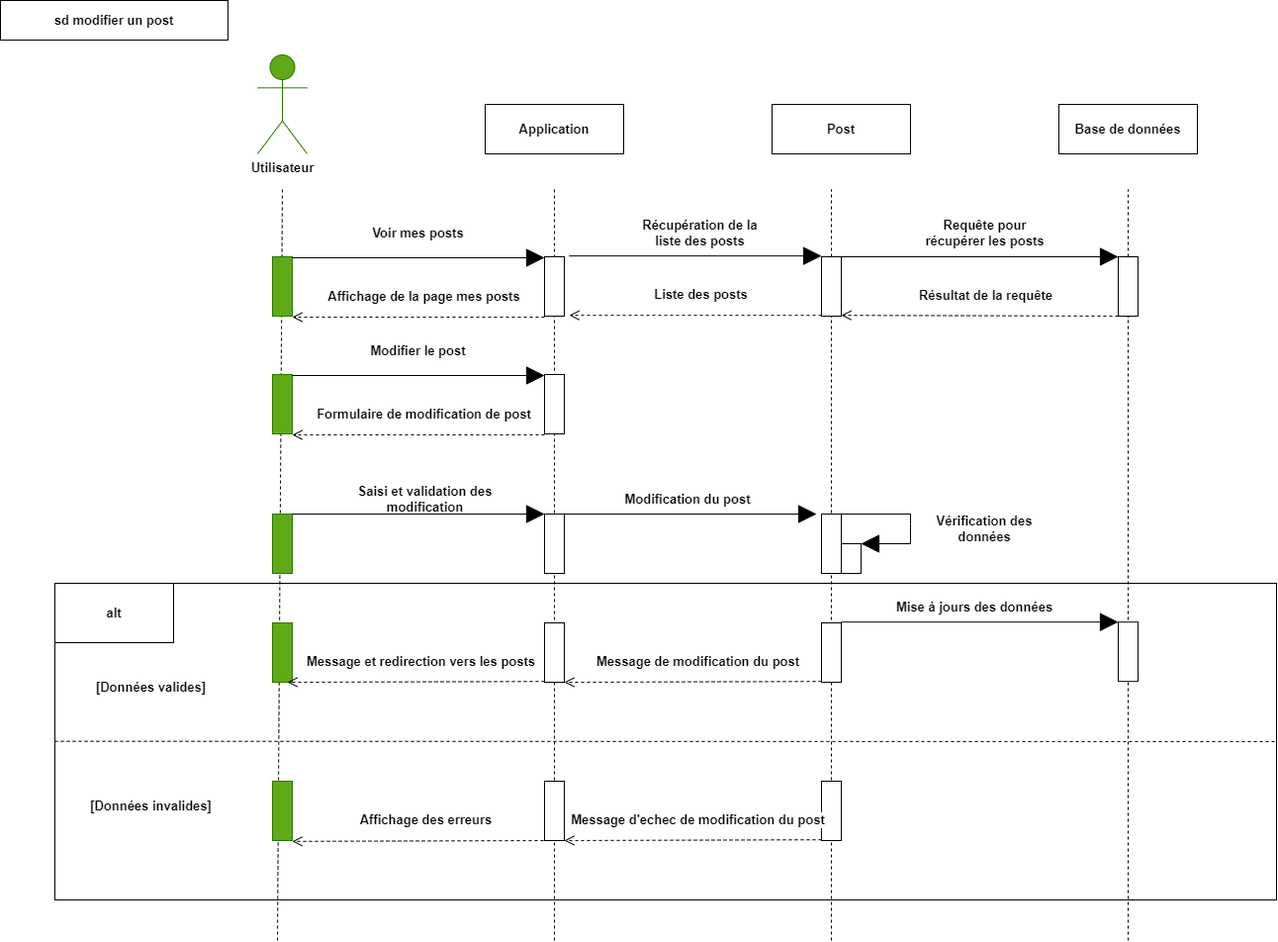
Above: Diagrammes UML/Diagramme de sequence modifier un post.png in maxADev/Blog (draw.io), before the change. Source tidied: cells renumbered, new cells last; positions are measured from the earlier drawing's top-left corner, leaving out a move shared by most shapes.
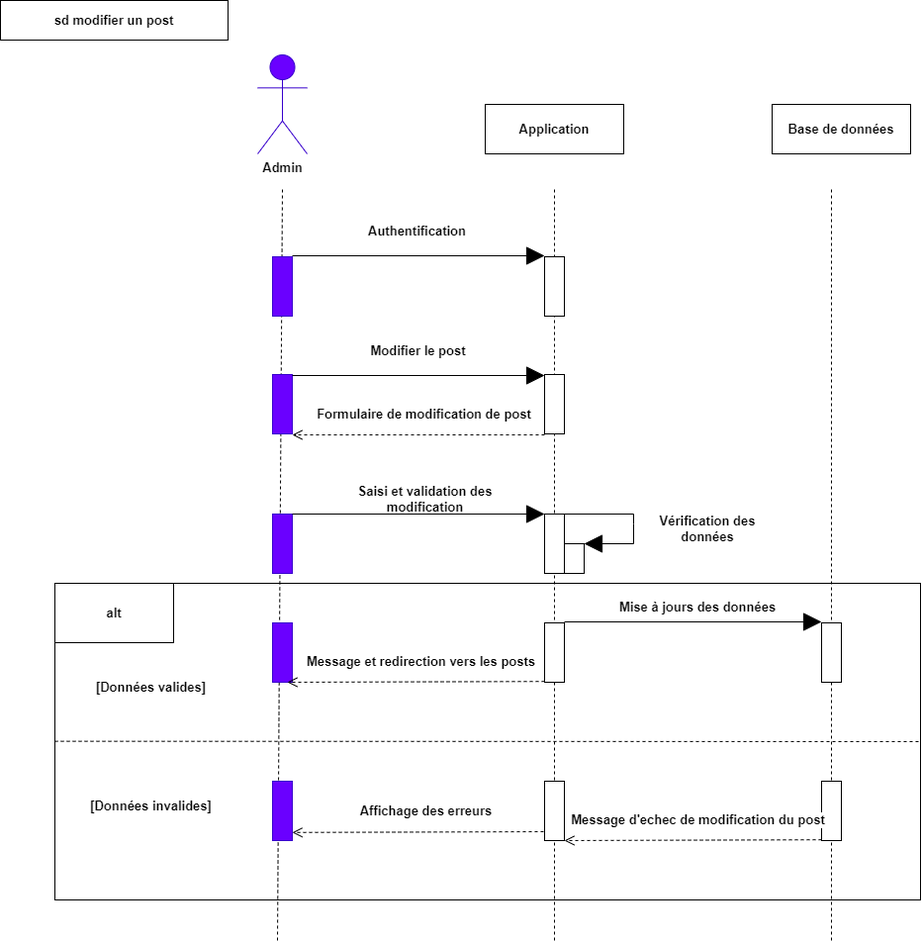
The same file after the commit.

The edit, as a diff of the source:
```diff
@@ -2,26 +2,12 @@
   <root>
     <mxCell id="0" />
     <mxCell id="1" parent="0" />
-    <mxCell id="2" style="endArrow=none;dashed=1;html=1;rounded=0;" parent="1" edge="1" target="55">
-      <mxGeometry relative="1" as="geometry">
-        <mxPoint x="1140" y="950" as="sourcePoint" />
-      </mxGeometry>
-    </mxCell>
-    <mxCell id="3" style="endArrow=none;dashed=1;html=1;rounded=0;" parent="1" edge="1" target="51">
+    <mxCell id="3" style="endArrow=none;dashed=1;html=1;rounded=0;" parent="1" edge="1">
       <mxGeometry relative="1" as="geometry">
         <mxPoint x="840" y="950" as="sourcePoint" />
+        <mxPoint x="840" y="190" as="targetPoint" />
       </mxGeometry>
     </mxCell>
-    <mxCell id="4" style="endArrow=none;dashed=1;html=1;rounded=0;fontSize=13;" parent="1" edge="1" source="55">
-      <mxGeometry relative="1" as="geometry">
-        <mxPoint x="1140" y="191" as="targetPoint" />
-      </mxGeometry>
-    </mxCell>
-    <mxCell id="5" style="endArrow=none;dashed=1;html=1;rounded=0;fontSize=13;" parent="1" edge="1" source="51">
-      <mxGeometry relative="1" as="geometry">
-        <mxPoint x="840" y="191" as="targetPoint" />
-      </mxGeometry>
-    </mxCell>
     <mxCell id="6" style="endArrow=none;dashed=1;html=1;rounded=0;" parent="1" edge="1">
       <mxGeometry relative="1" as="geometry">
         <mxPoint x="560" y="950" as="sourcePoint" />
@@ -37,21 +23,18 @@
     <mxCell id="8" value="sd modifier un post" style="rounded=0;whiteSpace=wrap;html=1;fontSize=13;fontStyle=1;" parent="1" vertex="1">
       <mxGeometry width="230" height="40" as="geometry" />
     </mxCell>
-    <mxCell id="9" value="&lt;font color=&quot;#000000&quot;&gt;Utilisateur&lt;/font&gt;" style="shape=umlActor;verticalLabelPosition=bottom;verticalAlign=top;html=1;fillColor=#60a917;fontColor=#ffffff;strokeColor=#2D7600;fontSize=13;fontStyle=1;" parent="1" vertex="1">
+    <mxCell id="9" value="&lt;font color=&quot;#000000&quot;&gt;Admin&lt;br&gt;&lt;br&gt;&lt;/font&gt;" style="shape=umlActor;verticalLabelPosition=bottom;verticalAlign=top;html=1;fillColor=#6a00ff;fontColor=#ffffff;strokeColor=#3700CC;fontSize=13;fontStyle=1;" parent="1" vertex="1">
       <mxGeometry x="260" y="55" width="50" height="100" as="geometry" />
     </mxCell>
-    <mxCell id="10" style="rounded=0;whiteSpace=wrap;html=1;fontSize=13;fontStyle=1;fillColor=#60a917;fontColor=#ffffff;strokeColor=#2D7600;" parent="1" vertex="1">
+    <mxCell id="10" style="rounded=0;whiteSpace=wrap;html=1;fontSize=13;fontStyle=1;fillColor=#6a00ff;fontColor=#ffffff;strokeColor=#3700CC;" parent="1" vertex="1">
       <mxGeometry x="275" y="378" width="20" height="60" as="geometry" />
     </mxCell>
     <mxCell id="11" value="Application" style="html=1;whiteSpace=wrap;fontSize=13;fontStyle=1;" parent="1" vertex="1">
       <mxGeometry x="490" y="105" width="140" height="50" as="geometry" />
     </mxCell>
-    <mxCell id="12" value="Post" style="html=1;whiteSpace=wrap;fontSize=13;fontStyle=1;" parent="1" vertex="1">
+    <mxCell id="12" value="Base de données" style="html=1;whiteSpace=wrap;fontSize=13;fontStyle=1;" parent="1" vertex="1">
       <mxGeometry x="780" y="105" width="140" height="50" as="geometry" />
     </mxCell>
-    <mxCell id="13" value="Base de données" style="html=1;whiteSpace=wrap;fontSize=13;fontStyle=1;" parent="1" vertex="1">
-      <mxGeometry x="1070" y="105" width="140" height="50" as="geometry" />
-    </mxCell>
     <mxCell id="14" style="endArrow=block;endSize=16;endFill=1;html=1;rounded=0;entryX=0;entryY=0;entryDx=0;entryDy=0;fontSize=13;fontStyle=1;" parent="1" edge="1">
       <mxGeometry x="0.12" y="70" relative="1" as="geometry">
         <mxPoint x="295" y="379" as="sourcePoint" />
@@ -70,7 +53,7 @@
         <mxPoint x="295" y="439" as="targetPoint" />
       </mxGeometry>
     </mxCell>
-    <mxCell id="18" style="rounded=0;whiteSpace=wrap;html=1;fontSize=13;fontStyle=1;fillColor=#60a917;fontColor=#ffffff;strokeColor=#2D7600;" parent="1" vertex="1">
+    <mxCell id="18" style="rounded=0;whiteSpace=wrap;html=1;fontSize=13;fontStyle=1;fillColor=#6a00ff;fontColor=#ffffff;strokeColor=#3700CC;" parent="1" vertex="1">
       <mxGeometry x="275" y="519" width="20" height="60" as="geometry" />
     </mxCell>
     <mxCell id="19" style="endArrow=block;endSize=16;endFill=1;html=1;rounded=0;entryX=0;entryY=0;entryDx=0;entryDy=0;fontSize=13;fontStyle=1;" parent="1" edge="1">
@@ -85,60 +68,41 @@
     <mxCell id="21" value="Saisi et validation des modification" style="text;html=1;strokeColor=none;fillColor=none;align=center;verticalAlign=middle;whiteSpace=wrap;rounded=0;fontSize=13;fontStyle=1;" parent="1" vertex="1">
       <mxGeometry x="347.5" y="489" width="162.5" height="30" as="geometry" />
     </mxCell>
-    <mxCell id="22" style="endArrow=block;endSize=16;endFill=1;html=1;rounded=0;entryX=0;entryY=0;entryDx=0;entryDy=0;fontSize=13;fontStyle=1;" parent="1" edge="1">
-      <mxGeometry x="0.12" y="70" relative="1" as="geometry">
-        <mxPoint x="570" y="519" as="sourcePoint" />
-        <mxPoint x="825" y="519" as="targetPoint" />
-      </mxGeometry>
-    </mxCell>
-    <mxCell id="23" style="rounded=0;whiteSpace=wrap;html=1;fontSize=13;fontStyle=1;" parent="1" vertex="1">
-      <mxGeometry x="830" y="519" width="20" height="60" as="geometry" />
-    </mxCell>
-    <mxCell id="24" value="Modification du post" style="text;html=1;strokeColor=none;fillColor=none;align=center;verticalAlign=middle;whiteSpace=wrap;rounded=0;fontSize=13;fontStyle=1;" parent="1" vertex="1">
-      <mxGeometry x="620" y="489" width="150" height="30" as="geometry" />
-    </mxCell>
     <mxCell id="25" style="rounded=0;whiteSpace=wrap;html=1;fontSize=13;fontStyle=1;" parent="1" vertex="1">
-      <mxGeometry x="850" y="549" width="20" height="30" as="geometry" />
+      <mxGeometry x="570" y="549" width="20" height="30" as="geometry" />
     </mxCell>
     <mxCell id="26" style="endArrow=block;endSize=16;endFill=1;html=1;rounded=0;fontSize=13;fontStyle=1;entryX=1;entryY=0;entryDx=0;entryDy=0;" parent="1" edge="1" target="25">
       <mxGeometry x="0.12" y="70" relative="1" as="geometry">
-        <mxPoint x="850" y="519" as="sourcePoint" />
+        <mxPoint x="570" y="519" as="sourcePoint" />
         <Array as="points">
-          <mxPoint x="920" y="519" />
-          <mxPoint x="920" y="529" />
-          <mxPoint x="920" y="549" />
+          <mxPoint x="640" y="519" />
+          <mxPoint x="640" y="529" />
+          <mxPoint x="640" y="549" />
         </Array>
       </mxGeometry>
     </mxCell>
     <mxCell id="27" value="Vérification des données" style="text;html=1;strokeColor=none;fillColor=none;align=center;verticalAlign=middle;whiteSpace=wrap;rounded=0;fontSize=13;fontStyle=1;" parent="1" vertex="1">
-      <mxGeometry x="920" y="519" width="150" height="30" as="geometry" />
+      <mxGeometry x="640" y="519" width="150" height="30" as="geometry" />
     </mxCell>
     <mxCell id="28" style="rounded=0;whiteSpace=wrap;html=1;fillColor=none;fontSize=13;fontStyle=1;" parent="1" vertex="1">
-      <mxGeometry x="55" y="589" width="1235" height="320" as="geometry" />
+      <mxGeometry x="55" y="589" width="875" height="320" as="geometry" />
     </mxCell>
     <mxCell id="29" style="rounded=0;whiteSpace=wrap;html=1;fontSize=13;fontStyle=1;" parent="1" vertex="1">
       <mxGeometry x="830" y="629" width="20" height="60" as="geometry" />
     </mxCell>
-    <mxCell id="30" style="rounded=0;whiteSpace=wrap;html=1;fontSize=13;fontStyle=1;" parent="1" vertex="1">
-      <mxGeometry x="1130" y="628.2" width="20" height="60" as="geometry" />
-    </mxCell>
-    <mxCell id="31" style="endArrow=block;endSize=16;endFill=1;html=1;rounded=0;entryX=0;entryY=0;entryDx=0;entryDy=0;fontSize=13;fontStyle=1;" parent="1" edge="1" target="30">
+    <mxCell id="31" style="endArrow=block;endSize=16;endFill=1;html=1;rounded=0;fontSize=13;fontStyle=1;" parent="1" edge="1">
       <mxGeometry x="0.12" y="70" relative="1" as="geometry">
-        <mxPoint x="850" y="628.2" as="sourcePoint" />
+        <mxPoint x="570" y="628" as="sourcePoint" />
+        <mxPoint x="830" y="628" as="targetPoint" />
       </mxGeometry>
     </mxCell>
     <mxCell id="32" value="Mise à jours des données" style="text;html=1;strokeColor=none;fillColor=none;align=center;verticalAlign=middle;whiteSpace=wrap;rounded=0;fontSize=13;fontStyle=1;" parent="1" vertex="1">
-      <mxGeometry x="900" y="598.2" width="170" height="30" as="geometry" />
+      <mxGeometry x="620" y="598" width="170" height="30" as="geometry" />
     </mxCell>
-    <mxCell id="33" value="Message de modification du post" style="html=1;verticalAlign=bottom;endArrow=open;dashed=1;endSize=8;curved=0;rounded=0;exitX=0;exitY=1;exitDx=0;exitDy=0;fontSize=13;fontStyle=1;entryX=1;entryY=1;entryDx=0;entryDy=0;" parent="1" edge="1" target="34">
-      <mxGeometry x="-0.04" y="-10" relative="1" as="geometry">
-        <mxPoint x="830" y="688.2" as="sourcePoint" />
-      </mxGeometry>
-    </mxCell>
     <mxCell id="34" style="rounded=0;whiteSpace=wrap;html=1;fontSize=13;fontStyle=1;" parent="1" vertex="1">
       <mxGeometry x="550" y="629" width="20" height="60" as="geometry" />
     </mxCell>
-    <mxCell id="35" style="rounded=0;whiteSpace=wrap;html=1;fontSize=13;fontStyle=1;fillColor=#60a917;fontColor=#ffffff;strokeColor=#2D7600;" parent="1" vertex="1">
+    <mxCell id="35" style="rounded=0;whiteSpace=wrap;html=1;fontSize=13;fontStyle=1;fillColor=#6a00ff;fontColor=#ffffff;strokeColor=#3700CC;" parent="1" vertex="1">
       <mxGeometry x="275" y="629" width="20" height="60" as="geometry" />
     </mxCell>
     <mxCell id="36" value="Message et redirection vers les posts" style="html=1;verticalAlign=bottom;endArrow=open;dashed=1;endSize=8;curved=0;rounded=0;exitX=0;exitY=1;exitDx=0;exitDy=0;fontSize=13;fontStyle=1;entryX=1;entryY=1;entryDx=0;entryDy=0;" parent="1" edge="1">
@@ -155,13 +119,13 @@
         <mxPoint x="55" y="748.7" as="sourcePoint" />
       </mxGeometry>
     </mxCell>
-    <mxCell id="39" style="rounded=0;whiteSpace=wrap;html=1;fontSize=13;fontStyle=1;fillColor=#60a917;fontColor=#ffffff;strokeColor=#2D7600;" parent="1" vertex="1">
+    <mxCell id="39" style="rounded=0;whiteSpace=wrap;html=1;fontSize=13;fontStyle=1;fillColor=#6a00ff;fontColor=#ffffff;strokeColor=#3700CC;" parent="1" vertex="1">
       <mxGeometry x="275" y="789" width="20" height="60" as="geometry" />
     </mxCell>
     <mxCell id="40" value="Affichage des erreurs" style="html=1;verticalAlign=bottom;endArrow=open;dashed=1;endSize=8;curved=0;rounded=0;exitX=0;exitY=1;exitDx=0;exitDy=0;fontSize=13;fontStyle=1;entryX=1;entryY=1;entryDx=0;entryDy=0;" parent="1" edge="1">
       <mxGeometry x="-0.04" y="-10" relative="1" as="geometry">
-        <mxPoint x="555" y="849" as="sourcePoint" />
-        <mxPoint x="295" y="849.8" as="targetPoint" />
+        <mxPoint x="555" y="840" as="sourcePoint" />
+        <mxPoint x="295" y="840.8" as="targetPoint" />
       </mxGeometry>
     </mxCell>
     <mxCell id="41" style="rounded=0;whiteSpace=wrap;html=1;fontSize=13;fontStyle=1;" parent="1" vertex="1">
@@ -176,66 +140,26 @@
     <mxCell id="44" value="[Données invalides]" style="text;html=1;strokeColor=none;fillColor=none;align=center;verticalAlign=middle;whiteSpace=wrap;rounded=0;fontSize=13;fontStyle=1;" parent="1" vertex="1">
       <mxGeometry x="90" y="799" width="125" height="30" as="geometry" />
     </mxCell>
-    <mxCell id="45" style="rounded=0;whiteSpace=wrap;html=1;fontSize=13;fontStyle=1;fillColor=#60a917;fontColor=#ffffff;strokeColor=#2D7600;" parent="1" vertex="1">
+    <mxCell id="45" style="rounded=0;whiteSpace=wrap;html=1;fontSize=13;fontStyle=1;fillColor=#6a00ff;fontColor=#ffffff;strokeColor=#3700CC;" parent="1" vertex="1">
       <mxGeometry x="275" y="259" width="20" height="60" as="geometry" />
     </mxCell>
-    <mxCell id="46" style="endArrow=block;endSize=16;endFill=1;html=1;rounded=0;entryX=0;entryY=0;entryDx=0;entryDy=0;fontSize=13;fontStyle=1;" parent="1" edge="1">
-      <mxGeometry x="0.12" y="70" relative="1" as="geometry">
-        <mxPoint x="295" y="260" as="sourcePoint" />
-        <mxPoint x="550" y="260" as="targetPoint" />
-      </mxGeometry>
-    </mxCell>
     <mxCell id="47" style="rounded=0;whiteSpace=wrap;html=1;fontSize=13;fontStyle=1;" parent="1" vertex="1">
       <mxGeometry x="550" y="259" width="20" height="60" as="geometry" />
     </mxCell>
-    <mxCell id="48" value="Voir mes posts" style="text;html=1;strokeColor=none;fillColor=none;align=center;verticalAlign=middle;whiteSpace=wrap;rounded=0;fontSize=13;fontStyle=1;" parent="1" vertex="1">
-      <mxGeometry x="360" y="220" width="125" height="30" as="geometry" />
-    </mxCell>
-    <mxCell id="49" value="Affichage de la page mes posts" style="html=1;verticalAlign=bottom;endArrow=open;dashed=1;endSize=8;curved=0;rounded=0;exitX=0;exitY=1;exitDx=0;exitDy=0;fontSize=13;fontStyle=1;entryX=1;entryY=1;entryDx=0;entryDy=0;" parent="1" edge="1">
-      <mxGeometry x="-0.04" y="-10" relative="1" as="geometry">
-        <mxPoint x="550" y="320" as="sourcePoint" />
-        <mxPoint x="295" y="320" as="targetPoint" />
-      </mxGeometry>
-    </mxCell>
-    <mxCell id="50" style="endArrow=block;endSize=16;endFill=1;html=1;rounded=0;entryX=0;entryY=0;entryDx=0;entryDy=0;fontSize=13;fontStyle=1;" parent="1" edge="1">
-      <mxGeometry x="0.12" y="70" relative="1" as="geometry">
-        <mxPoint x="575" y="258.2" as="sourcePoint" />
-        <mxPoint x="830" y="258.2" as="targetPoint" />
-      </mxGeometry>
-    </mxCell>
-    <mxCell id="51" style="rounded=0;whiteSpace=wrap;html=1;fontSize=13;fontStyle=1;" parent="1" vertex="1">
-      <mxGeometry x="830" y="259" width="20" height="60" as="geometry" />
-    </mxCell>
-    <mxCell id="52" value="Récupération de la liste des posts" style="text;html=1;strokeColor=none;fillColor=none;align=center;verticalAlign=middle;whiteSpace=wrap;rounded=0;fontSize=13;fontStyle=1;" parent="1" vertex="1">
-      <mxGeometry x="645" y="220" width="125" height="30" as="geometry" />
-    </mxCell>
-    <mxCell id="53" style="endArrow=block;endSize=16;endFill=1;html=1;rounded=0;entryX=0;entryY=0;entryDx=0;entryDy=0;fontSize=13;fontStyle=1;" parent="1" edge="1" target="55">
-      <mxGeometry x="0.12" y="70" relative="1" as="geometry">
-        <mxPoint x="850" y="259" as="sourcePoint" />
-      </mxGeometry>
-    </mxCell>
-    <mxCell id="54" value="Résultat de la requête" style="html=1;verticalAlign=bottom;endArrow=open;dashed=1;endSize=8;curved=0;rounded=0;exitX=0;exitY=1;exitDx=0;exitDy=0;fontSize=13;fontStyle=1;entryX=1;entryY=1;entryDx=0;entryDy=0;" parent="1" edge="1" source="55">
-      <mxGeometry x="-0.04" y="-10" relative="1" as="geometry">
-        <mxPoint x="850" y="318.2" as="targetPoint" />
-      </mxGeometry>
-    </mxCell>
-    <mxCell id="55" style="rounded=0;whiteSpace=wrap;html=1;fontSize=13;fontStyle=1;" parent="1" vertex="1">
-      <mxGeometry x="1130" y="259" width="20" height="60" as="geometry" />
-    </mxCell>
-    <mxCell id="56" value="Requête pour récupérer les posts" style="text;html=1;strokeColor=none;fillColor=none;align=center;verticalAlign=middle;whiteSpace=wrap;rounded=0;fontSize=13;fontStyle=1;" parent="1" vertex="1">
-      <mxGeometry x="932.5" y="220" width="125" height="30" as="geometry" />
-    </mxCell>
-    <mxCell id="57" value="Liste des posts" style="html=1;verticalAlign=bottom;endArrow=open;dashed=1;endSize=8;curved=0;rounded=0;exitX=0;exitY=1;exitDx=0;exitDy=0;fontSize=13;fontStyle=1;entryX=1;entryY=1;entryDx=0;entryDy=0;" parent="1" edge="1">
-      <mxGeometry x="-0.04" y="-10" relative="1" as="geometry">
-        <mxPoint x="830" y="318.2" as="sourcePoint" />
-        <mxPoint x="575" y="318.2" as="targetPoint" />
-      </mxGeometry>
-    </mxCell>
     <mxCell id="58" value="Message d'echec de modification du post" style="html=1;verticalAlign=bottom;endArrow=open;dashed=1;endSize=8;curved=0;rounded=0;exitX=0;exitY=1;exitDx=0;exitDy=0;fontSize=13;fontStyle=1;entryX=1;entryY=1;entryDx=0;entryDy=0;" parent="1" edge="1">
       <mxGeometry x="-0.04" y="-10" relative="1" as="geometry">
         <mxPoint x="830" y="848.2" as="sourcePoint" />
         <mxPoint x="570" y="849" as="targetPoint" />
       </mxGeometry>
     </mxCell>
+    <mxCell id="59" style="endArrow=block;endSize=16;endFill=1;html=1;rounded=0;fontSize=13;fontStyle=1;" parent="1" edge="1">
+      <mxGeometry x="0.12" y="70" relative="1" as="geometry">
+        <mxPoint x="295" y="258" as="sourcePoint" />
+        <mxPoint x="550" y="258" as="targetPoint" />
+      </mxGeometry>
+    </mxCell>
+    <mxCell id="60" value="Authentification" style="text;html=1;strokeColor=none;fillColor=none;align=center;verticalAlign=middle;whiteSpace=wrap;rounded=0;fontSize=13;fontStyle=1;" parent="1" vertex="1">
+      <mxGeometry x="340" y="218" width="162.5" height="30" as="geometry" />
+    </mxCell>
   </root>
 </mxGraphModel>
```
